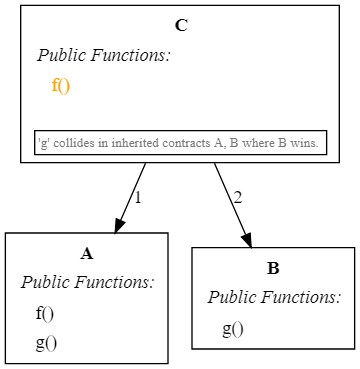
Earlier version of the Graphviz export examples/printers/inheritances_graph.sol.png (crytic/slither). Its source is kept beside it as examples/printers/inheritances_graph.sol.dot.
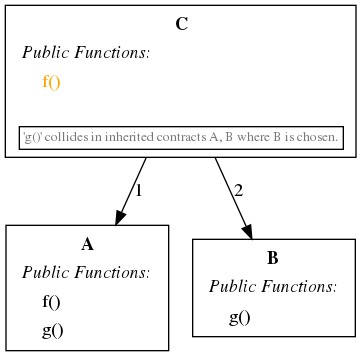
After the commit.

Commit message:
Improve inheritance graph printed message

Diff of the diagram source:
```diff
@@ -3,5 +3,5 @@
 B[shape="box"label=< <TABLE border="0"><TR><TD align="center"><B>B</B></TD></TR><TR><TD align="left"><I>Public Functions:</I></TD></TR><TR><TD align="left">    g()</TD></TR></TABLE> >];
 C -> A [ label="1" ];
 C -> B [ label="2" ];
-C[shape="box"label=< <TABLE border="0"><TR><TD align="center"><B>C</B></TD></TR><TR><TD align="left"><I>Public Functions:</I></TD></TR><TR><TD align="left"><font color="#FFA500">    f()</font></TD></TR><TR><TD><BR/></TD></TR><TR><TD align="left" border="1"><font color="#777777" point-size="10">'g' collides in inherited contracts A, B where B wins.</font></TD></TR></TABLE> >];
+C[shape="box"label=< <TABLE border="0"><TR><TD align="center"><B>C</B></TD></TR><TR><TD align="left"><I>Public Functions:</I></TD></TR><TR><TD align="left"><font color="#FFA500">    f()</font></TD></TR><TR><TD><BR/></TD></TR><TR><TD align="left" border="1"><font color="#777777" point-size="10">'g()' collides in inherited contracts A, B where B is chosen.</font></TD></TR></TABLE> >];
 }
```
